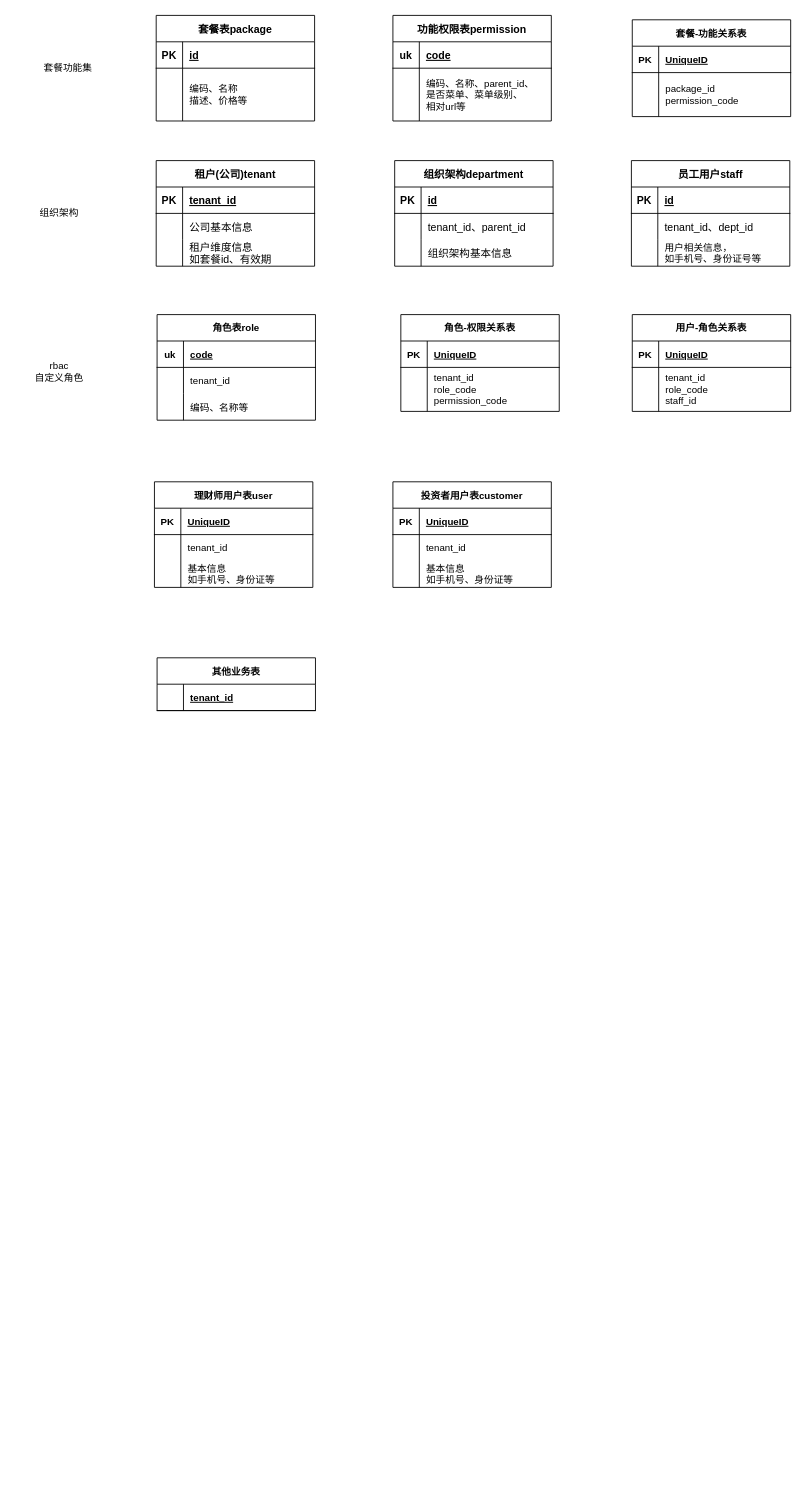
Above: saas数据模型.drawio in chlInGithub/diagrams (draw.io), before the change. Source tidied: cells renumbered, new cells numbered last; positions are measured from the earlier drawing's top-left corner, leaving out a move shared by most shapes. Both pictures are drawn from the tidied source at 88%, with x=0, y=0 at pixel (15, 15).
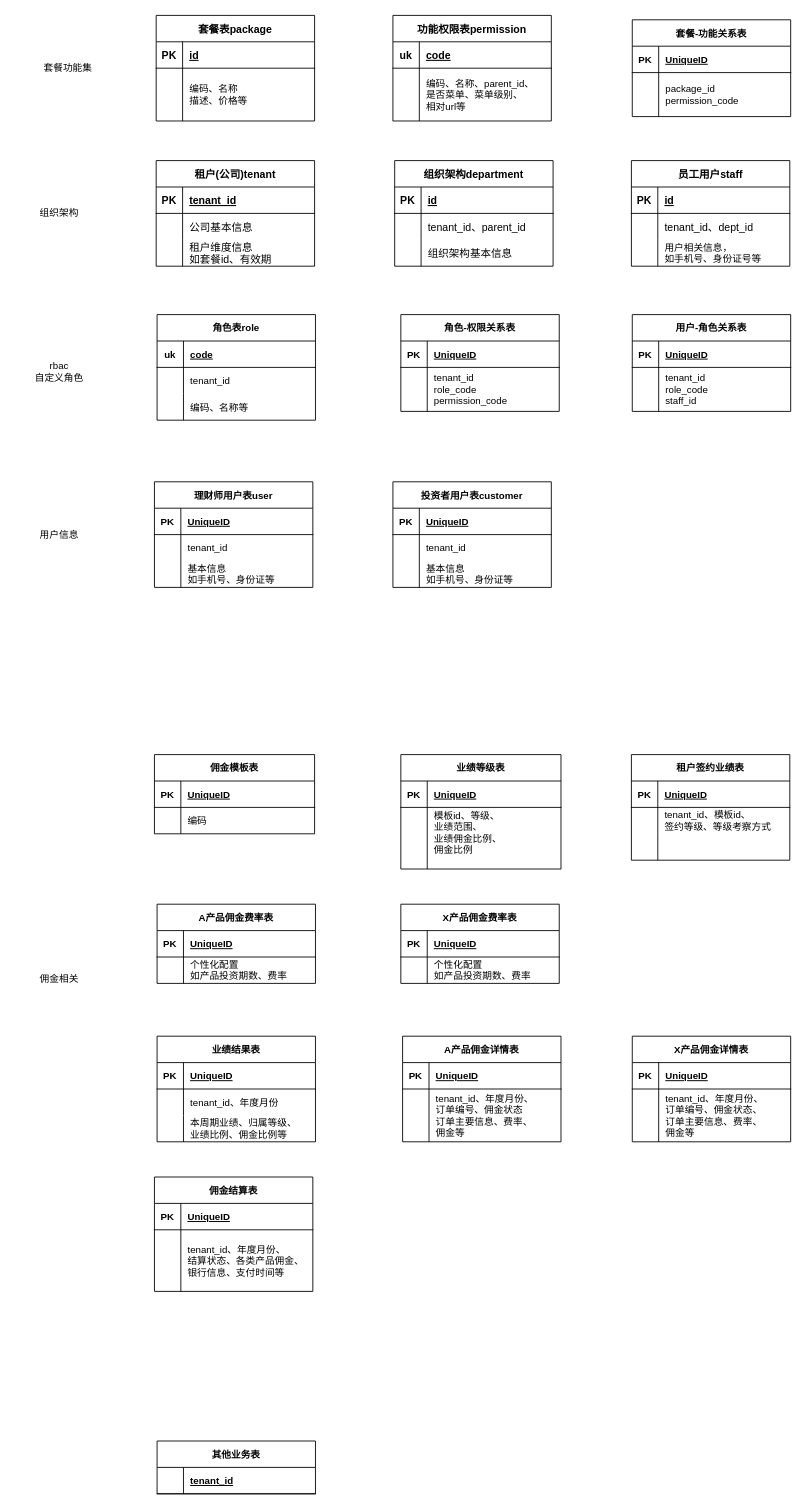
Above is the later version.

Commit message:
更新saas数据模型.drawio

Diff of the diagram source:
```diff
@@
     <mxCell id="73" value="其他业务表" style="shape=table;startSize=30;childLayout=tableLayout;rowLines=0;fontStyle=1;align=center;fontSize=11;" parent="1" vertex="1">
-      <mxGeometry x="161" y="730" width="180" height="60" as="geometry" />
+      <mxGeometry x="161" y="1620" width="180" height="60" as="geometry" />
     </mxCell>
@@
+    <mxCell id="104" value="业绩等级表" style="shape=table;startSize=30;childLayout=tableLayout;rowLines=0;fontStyle=1;align=center;fontSize=11;" parent="1" vertex="1">
+      <mxGeometry x="438" y="840" width="182" height="130" as="geometry" />
+    </mxCell>
+    <mxCell id="105" style="shape=tableRow;horizontal=0;startSize=0;swimlaneHead=0;swimlaneBody=0;fillColor=none;top=0;left=0;right=0;bottom=1;fontSize=11;" parent="104" vertex="1">
+      <mxGeometry y="30" width="182" height="30" as="geometry" />
+    </mxCell>
+    <mxCell id="106" value="PK" style="shape=partialRectangle;fillColor=none;top=0;left=0;bottom=0;right=0;fontStyle=1;overflow=hidden;fontSize=11;" parent="105" vertex="1">
+      <mxGeometry width="30" height="30" as="geometry" />
+    </mxCell>
+    <mxCell id="107" value="UniqueID" style="shape=partialRectangle;fillColor=none;top=0;left=0;bottom=0;right=0;align=left;spacingLeft=6;fontStyle=5;overflow=hidden;fontSize=11;" parent="105" vertex="1">
+      <mxGeometry x="30" width="152" height="30" as="geometry" />
+    </mxCell>
+    <mxCell id="108" style="shape=tableRow;horizontal=0;startSize=0;swimlaneHead=0;swimlaneBody=0;fillColor=none;top=0;left=0;right=0;bottom=0;fontSize=11;" parent="104" vertex="1">
+      <mxGeometry y="60" width="182" height="70" as="geometry" />
+    </mxCell>
+    <mxCell id="109" style="shape=partialRectangle;fillColor=none;top=0;left=0;bottom=0;right=0;overflow=hidden;fontSize=11;" parent="108" vertex="1">
+      <mxGeometry width="30" height="70" as="geometry" />
+    </mxCell>
+    <mxCell id="110" value="模板id、等级、&#10;业绩范围、&#10;业绩佣金比例、&#10;佣金比例&#10;" style="shape=partialRectangle;fillColor=none;top=0;left=0;bottom=0;right=0;align=left;spacingLeft=6;overflow=hidden;fontSize=11;" parent="108" vertex="1">
+      <mxGeometry x="30" width="152" height="70" as="geometry" />
+    </mxCell>
+    <mxCell id="111" value="A产品佣金费率表" style="shape=table;startSize=30;childLayout=tableLayout;rowLines=0;fontStyle=1;align=center;fontSize=11;" parent="1" vertex="1">
+      <mxGeometry x="161" y="1010" width="180" height="90" as="geometry" />
+    </mxCell>
+    <mxCell id="112" style="shape=tableRow;horizontal=0;startSize=0;swimlaneHead=0;swimlaneBody=0;fillColor=none;top=0;left=0;right=0;bottom=1;fontSize=11;" parent="111" vertex="1">
+      <mxGeometry y="30" width="180" height="30" as="geometry" />
+    </mxCell>
+    <mxCell id="113" value="PK" style="shape=partialRectangle;fillColor=none;top=0;left=0;bottom=0;right=0;fontStyle=1;overflow=hidden;fontSize=11;" parent="112" vertex="1">
+      <mxGeometry width="30" height="30" as="geometry" />
+    </mxCell>
+    <mxCell id="114" value="UniqueID" style="shape=partialRectangle;fillColor=none;top=0;left=0;bottom=0;right=0;align=left;spacingLeft=6;fontStyle=5;overflow=hidden;fontSize=11;" parent="112" vertex="1">
+      <mxGeometry x="30" width="150" height="30" as="geometry" />
+    </mxCell>
+    <mxCell id="115" style="shape=tableRow;horizontal=0;startSize=0;swimlaneHead=0;swimlaneBody=0;fillColor=none;top=0;left=0;right=0;bottom=0;fontSize=11;" parent="111" vertex="1">
+      <mxGeometry y="60" width="180" height="30" as="geometry" />
+    </mxCell>
+    <mxCell id="116" style="shape=partialRectangle;fillColor=none;top=0;left=0;bottom=0;right=0;overflow=hidden;fontSize=11;" parent="115" vertex="1">
+      <mxGeometry width="30" height="30" as="geometry" />
+    </mxCell>
+    <mxCell id="117" value="个性化配置&#10;如产品投资期数、费率" style="shape=partialRectangle;fillColor=none;top=0;left=0;bottom=0;right=0;align=left;spacingLeft=6;overflow=hidden;fontSize=11;" parent="115" vertex="1">
+      <mxGeometry x="30" width="150" height="30" as="geometry" />
+    </mxCell>
+    <mxCell id="118" value="X产品佣金费率表" style="shape=table;startSize=30;childLayout=tableLayout;rowLines=0;fontStyle=1;align=center;fontSize=11;" parent="1" vertex="1">
+      <mxGeometry x="438" y="1010" width="180" height="90" as="geometry" />
+    </mxCell>
+    <mxCell id="119" style="shape=tableRow;horizontal=0;startSize=0;swimlaneHead=0;swimlaneBody=0;fillColor=none;top=0;left=0;right=0;bottom=1;fontSize=11;" parent="118" vertex="1">
+      <mxGeometry y="30" width="180" height="30" as="geometry" />
+    </mxCell>
+    <mxCell id="120" value="PK" style="shape=partialRectangle;fillColor=none;top=0;left=0;bottom=0;right=0;fontStyle=1;overflow=hidden;fontSize=11;" parent="119" vertex="1">
+      <mxGeometry width="30" height="30" as="geometry" />
+    </mxCell>
+    <mxCell id="121" value="UniqueID" style="shape=partialRectangle;fillColor=none;top=0;left=0;bottom=0;right=0;align=left;spacingLeft=6;fontStyle=5;overflow=hidden;fontSize=11;" parent="119" vertex="1">
+      <mxGeometry x="30" width="150" height="30" as="geometry" />
+    </mxCell>
+    <mxCell id="122" style="shape=tableRow;horizontal=0;startSize=0;swimlaneHead=0;swimlaneBody=0;fillColor=none;top=0;left=0;right=0;bottom=0;fontSize=11;" parent="118" vertex="1">
+      <mxGeometry y="60" width="180" height="30" as="geometry" />
+    </mxCell>
+    <mxCell id="123" style="shape=partialRectangle;fillColor=none;top=0;left=0;bottom=0;right=0;overflow=hidden;fontSize=11;" parent="122" vertex="1">
+      <mxGeometry width="30" height="30" as="geometry" />
+    </mxCell>
+    <mxCell id="124" value="个性化配置&#10;如产品投资期数、费率" style="shape=partialRectangle;fillColor=none;top=0;left=0;bottom=0;right=0;align=left;spacingLeft=6;overflow=hidden;fontSize=11;" parent="122" vertex="1">
+      <mxGeometry x="30" width="150" height="30" as="geometry" />
+    </mxCell>
+    <mxCell id="125" value="佣金模板表" style="shape=table;startSize=30;childLayout=tableLayout;rowLines=0;fontStyle=1;align=center;fontSize=11;" parent="1" vertex="1">
+      <mxGeometry x="158" y="840" width="182" height="90" as="geometry" />
+    </mxCell>
+    <mxCell id="126" style="shape=tableRow;horizontal=0;startSize=0;swimlaneHead=0;swimlaneBody=0;fillColor=none;top=0;left=0;right=0;bottom=1;fontSize=11;" parent="125" vertex="1">
+      <mxGeometry y="30" width="182" height="30" as="geometry" />
+    </mxCell>
+    <mxCell id="127" value="PK" style="shape=partialRectangle;fillColor=none;top=0;left=0;bottom=0;right=0;fontStyle=1;overflow=hidden;fontSize=11;" parent="126" vertex="1">
+      <mxGeometry width="30" height="30" as="geometry" />
+    </mxCell>
+    <mxCell id="128" value="UniqueID" style="shape=partialRectangle;fillColor=none;top=0;left=0;bottom=0;right=0;align=left;spacingLeft=6;fontStyle=5;overflow=hidden;fontSize=11;" parent="126" vertex="1">
+      <mxGeometry x="30" width="152" height="30" as="geometry" />
+    </mxCell>
+    <mxCell id="129" style="shape=tableRow;horizontal=0;startSize=0;swimlaneHead=0;swimlaneBody=0;fillColor=none;top=0;left=0;right=0;bottom=0;fontSize=11;" parent="125" vertex="1">
+      <mxGeometry y="60" width="182" height="30" as="geometry" />
+    </mxCell>
+    <mxCell id="130" style="shape=partialRectangle;fillColor=none;top=0;left=0;bottom=0;right=0;overflow=hidden;fontSize=11;" parent="129" vertex="1">
+      <mxGeometry width="30" height="30" as="geometry" />
+    </mxCell>
+    <mxCell id="131" value="编码" style="shape=partialRectangle;fillColor=none;top=0;left=0;bottom=0;right=0;align=left;spacingLeft=6;overflow=hidden;fontSize=11;" parent="129" vertex="1">
+      <mxGeometry x="30" width="152" height="30" as="geometry" />
+    </mxCell>
+    <mxCell id="132" value="业绩结果表" style="shape=table;startSize=30;childLayout=tableLayout;rowLines=0;fontStyle=1;align=center;fontSize=11;" parent="1" vertex="1">
+      <mxGeometry x="161" y="1160" width="180" height="120" as="geometry" />
+    </mxCell>
+    <mxCell id="133" style="shape=tableRow;horizontal=0;startSize=0;swimlaneHead=0;swimlaneBody=0;fillColor=none;top=0;left=0;right=0;bottom=1;fontSize=11;" parent="132" vertex="1">
+      <mxGeometry y="30" width="180" height="30" as="geometry" />
+    </mxCell>
+    <mxCell id="134" value="PK" style="shape=partialRectangle;fillColor=none;top=0;left=0;bottom=0;right=0;fontStyle=1;overflow=hidden;fontSize=11;" parent="133" vertex="1">
+      <mxGeometry width="30" height="30" as="geometry" />
+    </mxCell>
+    <mxCell id="135" value="UniqueID" style="shape=partialRectangle;fillColor=none;top=0;left=0;bottom=0;right=0;align=left;spacingLeft=6;fontStyle=5;overflow=hidden;fontSize=11;" parent="133" vertex="1">
+      <mxGeometry x="30" width="150" height="30" as="geometry" />
+    </mxCell>
+    <mxCell id="136" style="shape=tableRow;horizontal=0;startSize=0;swimlaneHead=0;swimlaneBody=0;fillColor=none;top=0;left=0;right=0;bottom=0;fontSize=11;" parent="132" vertex="1">
+      <mxGeometry y="60" width="180" height="30" as="geometry" />
+    </mxCell>
+    <mxCell id="137" style="shape=partialRectangle;fillColor=none;top=0;left=0;bottom=0;right=0;overflow=hidden;fontSize=11;" parent="136" vertex="1">
+      <mxGeometry width="30" height="30" as="geometry" />
+    </mxCell>
+    <mxCell id="138" value="tenant_id、年度月份" style="shape=partialRectangle;fillColor=none;top=0;left=0;bottom=0;right=0;align=left;spacingLeft=6;overflow=hidden;fontSize=11;" parent="136" vertex="1">
+      <mxGeometry x="30" width="150" height="30" as="geometry" />
+    </mxCell>
+    <mxCell id="139" style="shape=tableRow;horizontal=0;startSize=0;swimlaneHead=0;swimlaneBody=0;fillColor=none;top=0;left=0;right=0;bottom=0;fontSize=11;" parent="132" vertex="1">
+      <mxGeometry y="90" width="180" height="30" as="geometry" />
+    </mxCell>
+    <mxCell id="140" style="shape=partialRectangle;fillColor=none;top=0;left=0;bottom=0;right=0;overflow=hidden;fontSize=11;" parent="139" vertex="1">
+      <mxGeometry width="30" height="30" as="geometry" />
+    </mxCell>
+    <mxCell id="141" value="本周期业绩、归属等级、&#10;业绩比例、佣金比例等" style="shape=partialRectangle;fillColor=none;top=0;left=0;bottom=0;right=0;align=left;spacingLeft=6;overflow=hidden;fontSize=11;" parent="139" vertex="1">
+      <mxGeometry x="30" width="150" height="30" as="geometry" />
+    </mxCell>
+    <mxCell id="142" value="租户签约业绩表" style="shape=table;startSize=30;childLayout=tableLayout;rowLines=0;fontStyle=1;align=center;fontSize=11;" parent="1" vertex="1">
+      <mxGeometry x="700" y="840" width="180" height="120" as="geometry" />
+    </mxCell>
+    <mxCell id="143" style="shape=tableRow;horizontal=0;startSize=0;swimlaneHead=0;swimlaneBody=0;fillColor=none;top=0;left=0;right=0;bottom=1;fontSize=11;" parent="142" vertex="1">
+      <mxGeometry y="30" width="180" height="30" as="geometry" />
+    </mxCell>
+    <mxCell id="144" value="PK" style="shape=partialRectangle;fillColor=none;top=0;left=0;bottom=0;right=0;fontStyle=1;overflow=hidden;fontSize=11;" parent="143" vertex="1">
+      <mxGeometry width="30" height="30" as="geometry" />
+    </mxCell>
+    <mxCell id="145" value="UniqueID" style="shape=partialRectangle;fillColor=none;top=0;left=0;bottom=0;right=0;align=left;spacingLeft=6;fontStyle=5;overflow=hidden;fontSize=11;" parent="143" vertex="1">
+      <mxGeometry x="30" width="150" height="30" as="geometry" />
+    </mxCell>
+    <mxCell id="146" style="shape=tableRow;horizontal=0;startSize=0;swimlaneHead=0;swimlaneBody=0;fillColor=none;top=0;left=0;right=0;bottom=0;fontSize=11;" parent="142" vertex="1">
+      <mxGeometry y="60" width="180" height="30" as="geometry" />
+    </mxCell>
+    <mxCell id="147" style="shape=partialRectangle;fillColor=none;top=0;left=0;bottom=0;right=0;overflow=hidden;fontSize=11;" parent="146" vertex="1">
+      <mxGeometry width="30" height="30" as="geometry" />
+    </mxCell>
+    <mxCell id="148" value="tenant_id、模板id、&#10;签约等级、等级考察方式" style="shape=partialRectangle;fillColor=none;top=0;left=0;bottom=0;right=0;align=left;spacingLeft=6;overflow=hidden;fontSize=11;" parent="146" vertex="1">
+      <mxGeometry x="30" width="150" height="30" as="geometry" />
+    </mxCell>
+    <mxCell id="149" style="shape=tableRow;horizontal=0;startSize=0;swimlaneHead=0;swimlaneBody=0;fillColor=none;top=0;left=0;right=0;bottom=0;fontSize=11;" parent="142" vertex="1">
+      <mxGeometry y="90" width="180" height="30" as="geometry" />
+    </mxCell>
+    <mxCell id="150" style="shape=partialRectangle;fillColor=none;top=0;left=0;bottom=0;right=0;overflow=hidden;fontSize=11;" parent="149" vertex="1">
+      <mxGeometry width="30" height="30" as="geometry" />
+    </mxCell>
+    <mxCell id="151" style="shape=partialRectangle;fillColor=none;top=0;left=0;bottom=0;right=0;align=left;spacingLeft=6;overflow=hidden;fontSize=11;" parent="149" vertex="1">
+      <mxGeometry x="30" width="150" height="30" as="geometry" />
+    </mxCell>
+    <mxCell id="152" value="A产品佣金详情表" style="shape=table;startSize=30;childLayout=tableLayout;rowLines=0;fontStyle=1;align=center;fontSize=11;" parent="1" vertex="1">
+      <mxGeometry x="440" y="1160" width="180" height="120" as="geometry" />
+    </mxCell>
+    <mxCell id="153" style="shape=tableRow;horizontal=0;startSize=0;swimlaneHead=0;swimlaneBody=0;fillColor=none;top=0;left=0;right=0;bottom=1;fontSize=11;" parent="152" vertex="1">
+      <mxGeometry y="30" width="180" height="30" as="geometry" />
+    </mxCell>
+    <mxCell id="154" value="PK" style="shape=partialRectangle;fillColor=none;top=0;left=0;bottom=0;right=0;fontStyle=1;overflow=hidden;fontSize=11;" parent="153" vertex="1">
+      <mxGeometry width="30" height="30" as="geometry" />
+    </mxCell>
+    <mxCell id="155" value="UniqueID" style="shape=partialRectangle;fillColor=none;top=0;left=0;bottom=0;right=0;align=left;spacingLeft=6;fontStyle=5;overflow=hidden;fontSize=11;" parent="153" vertex="1">
+      <mxGeometry x="30" width="150" height="30" as="geometry" />
+    </mxCell>
+    <mxCell id="156" style="shape=tableRow;horizontal=0;startSize=0;swimlaneHead=0;swimlaneBody=0;fillColor=none;top=0;left=0;right=0;bottom=0;fontSize=11;" parent="152" vertex="1">
+      <mxGeometry y="60" width="180" height="60" as="geometry" />
+    </mxCell>
+    <mxCell id="157" style="shape=partialRectangle;fillColor=none;top=0;left=0;bottom=0;right=0;overflow=hidden;fontSize=11;" parent="156" vertex="1">
+      <mxGeometry width="30" height="60" as="geometry" />
+    </mxCell>
+    <mxCell id="158" value="tenant_id、年度月份、&#10;订单编号、佣金状态&#10;订单主要信息、费率、&#10;佣金等" style="shape=partialRectangle;fillColor=none;top=0;left=0;bottom=0;right=0;align=left;spacingLeft=6;overflow=hidden;fontSize=11;" parent="156" vertex="1">
+      <mxGeometry x="30" width="150" height="60" as="geometry" />
+    </mxCell>
+    <mxCell id="159" value="X产品佣金详情表" style="shape=table;startSize=30;childLayout=tableLayout;rowLines=0;fontStyle=1;align=center;fontSize=11;" parent="1" vertex="1">
+      <mxGeometry x="701" y="1160" width="180" height="120" as="geometry" />
+    </mxCell>
+    <mxCell id="160" style="shape=tableRow;horizontal=0;startSize=0;swimlaneHead=0;swimlaneBody=0;fillColor=none;top=0;left=0;right=0;bottom=1;fontSize=11;" parent="159" vertex="1">
+      <mxGeometry y="30" width="180" height="30" as="geometry" />
+    </mxCell>
+    <mxCell id="161" value="PK" style="shape=partialRectangle;fillColor=none;top=0;left=0;bottom=0;right=0;fontStyle=1;overflow=hidden;fontSize=11;" parent="160" vertex="1">
+      <mxGeometry width="30" height="30" as="geometry" />
+    </mxCell>
+    <mxCell id="162" value="UniqueID" style="shape=partialRectangle;fillColor=none;top=0;left=0;bottom=0;right=0;align=left;spacingLeft=6;fontStyle=5;overflow=hidden;fontSize=11;" parent="160" vertex="1">
+      <mxGeometry x="30" width="150" height="30" as="geometry" />
+    </mxCell>
+    <mxCell id="163" style="shape=tableRow;horizontal=0;startSize=0;swimlaneHead=0;swimlaneBody=0;fillColor=none;top=0;left=0;right=0;bottom=0;fontSize=11;" parent="159" vertex="1">
+      <mxGeometry y="60" width="180" height="60" as="geometry" />
+    </mxCell>
+    <mxCell id="164" style="shape=partialRectangle;fillColor=none;top=0;left=0;bottom=0;right=0;overflow=hidden;fontSize=11;" parent="163" vertex="1">
+      <mxGeometry width="30" height="60" as="geometry" />
+    </mxCell>
+    <mxCell id="165" value="tenant_id、年度月份、&#10;订单编号、佣金状态、&#10;订单主要信息、费率、&#10;佣金等" style="shape=partialRectangle;fillColor=none;top=0;left=0;bottom=0;right=0;align=left;spacingLeft=6;overflow=hidden;fontSize=11;" parent="163" vertex="1">
+      <mxGeometry x="30" width="150" height="60" as="geometry" />
+    </mxCell>
+    <mxCell id="166" value="佣金结算表" style="shape=table;startSize=30;childLayout=tableLayout;rowLines=0;fontStyle=1;align=center;fontSize=11;" parent="1" vertex="1">
+      <mxGeometry x="158" y="1320" width="180" height="130" as="geometry" />
+    </mxCell>
+    <mxCell id="167" style="shape=tableRow;horizontal=0;startSize=0;swimlaneHead=0;swimlaneBody=0;fillColor=none;top=0;left=0;right=0;bottom=1;fontSize=11;" parent="166" vertex="1">
+      <mxGeometry y="30" width="180" height="30" as="geometry" />
+    </mxCell>
+    <mxCell id="168" value="PK" style="shape=partialRectangle;fillColor=none;top=0;left=0;bottom=0;right=0;fontStyle=1;overflow=hidden;fontSize=11;" parent="167" vertex="1">
+      <mxGeometry width="30" height="30" as="geometry" />
+    </mxCell>
+    <mxCell id="169" value="UniqueID" style="shape=partialRectangle;fillColor=none;top=0;left=0;bottom=0;right=0;align=left;spacingLeft=6;fontStyle=5;overflow=hidden;fontSize=11;" parent="167" vertex="1">
+      <mxGeometry x="30" width="150" height="30" as="geometry" />
+    </mxCell>
+    <mxCell id="170" style="shape=tableRow;horizontal=0;startSize=0;swimlaneHead=0;swimlaneBody=0;fillColor=none;top=0;left=0;right=0;bottom=0;fontSize=11;" parent="166" vertex="1">
+      <mxGeometry y="60" width="180" height="70" as="geometry" />
+    </mxCell>
+    <mxCell id="171" style="shape=partialRectangle;fillColor=none;top=0;left=0;bottom=0;right=0;overflow=hidden;fontSize=11;" parent="170" vertex="1">
+      <mxGeometry width="30" height="70" as="geometry" />
+    </mxCell>
+    <mxCell id="172" value="tenant_id、年度月份、&#10;结算状态、各类产品佣金、&#10;银行信息、支付时间等" style="shape=partialRectangle;fillColor=none;top=0;left=0;bottom=0;right=0;align=left;spacingLeft=6;overflow=hidden;fontSize=11;" parent="170" vertex="1">
+      <mxGeometry x="30" width="150" height="70" as="geometry" />
+    </mxCell>
+    <mxCell id="173" value="用户信息" style="text;html=1;strokeColor=none;fillColor=none;align=center;verticalAlign=middle;whiteSpace=wrap;rounded=0;fontSize=11;" parent="1" vertex="1">
+      <mxGeometry x="20" y="575" width="60" height="30" as="geometry" />
+    </mxCell>
+    <mxCell id="174" value="佣金相关" style="text;html=1;strokeColor=none;fillColor=none;align=center;verticalAlign=middle;whiteSpace=wrap;rounded=0;fontSize=11;" parent="1" vertex="1">
+      <mxGeometry x="20" y="1080" width="60" height="30" as="geometry" />
+    </mxCell>
```
